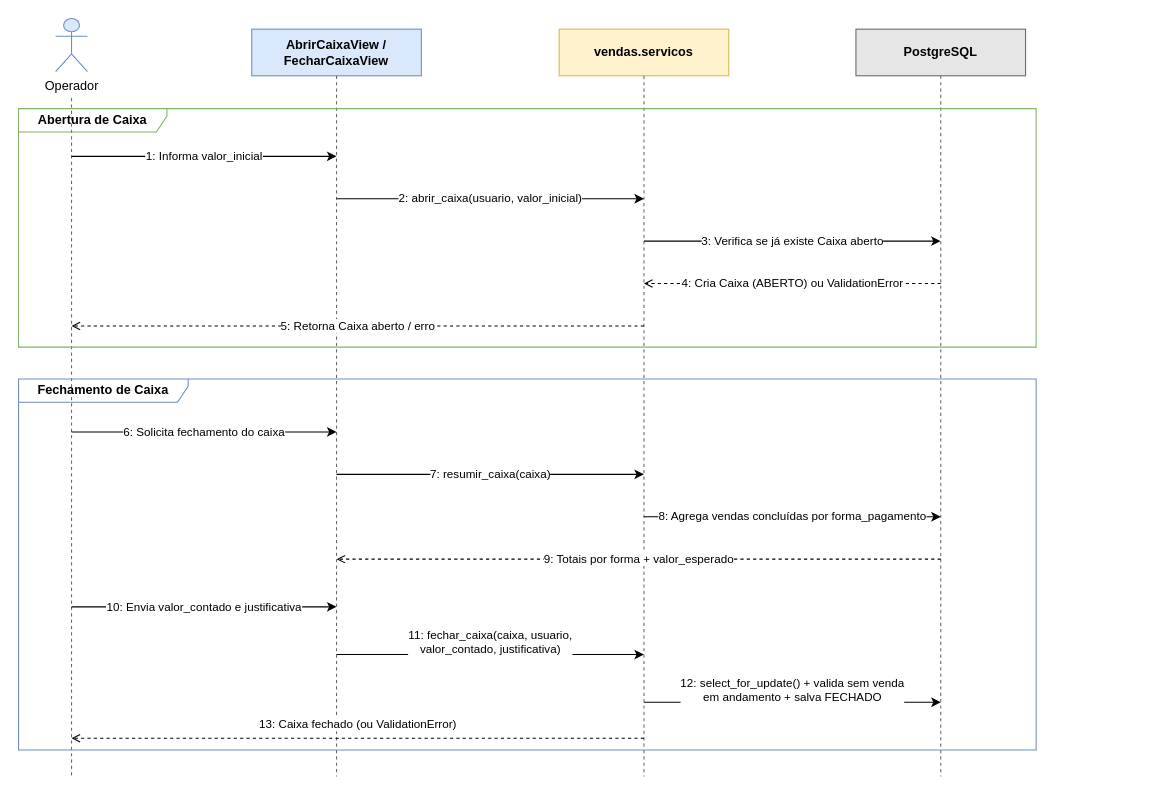
Above: docs/diagramas/sequencia_caixa.drawio in PedroGasparetto/sistema-dacomp (draw.io), before the change. Source tidied: cells renumbered, new cells numbered last; positions are measured from the earlier drawing's top-left corner, leaving out a move shared by most shapes. Both pictures are drawn from the tidied source at 106%, with x=0, y=0 at pixel (18, 18).
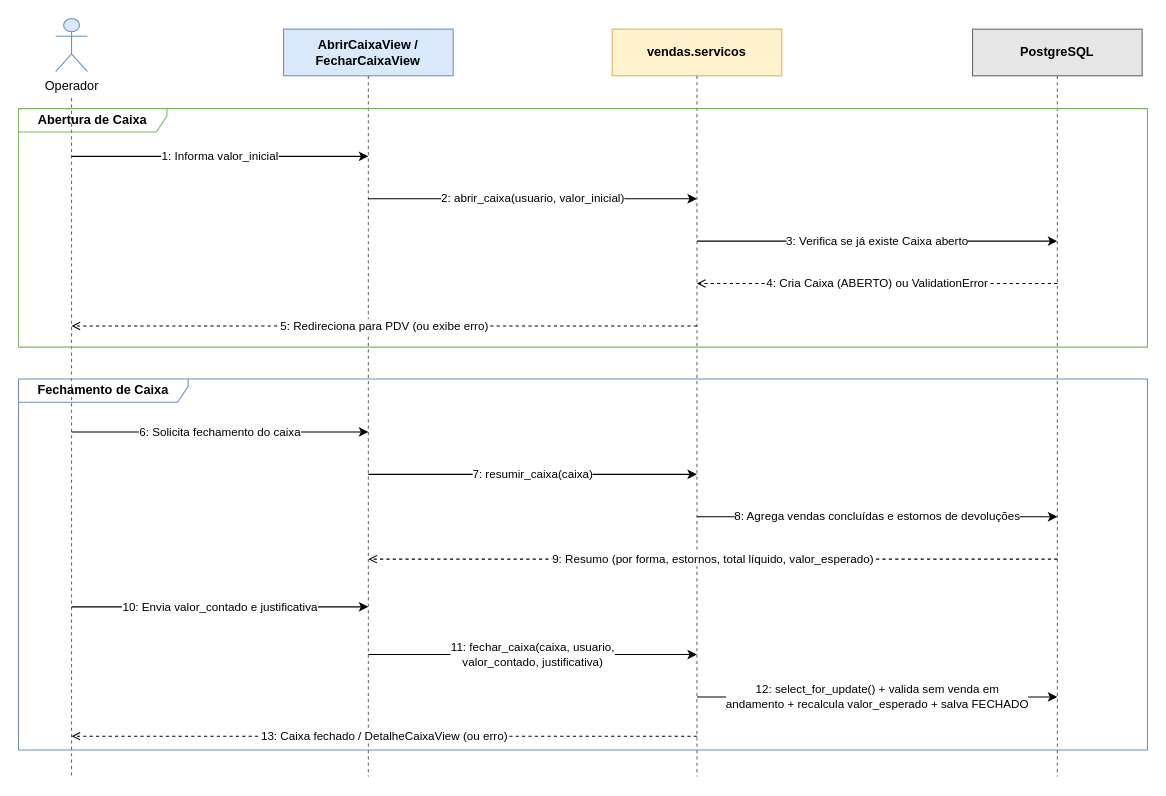
The same diagram, later.

Change to the diagram source:
```diff
@@
     <mxCell id="3" value="AbrirCaixaView /&#10;FecharCaixaView" style="rounded=0;whiteSpace=wrap;html=1;fillColor=#dae8fc;strokeColor=#6c8ebf;fontStyle=1;" parent="1" vertex="1">
-      <mxGeometry x="220" y="10" width="160" height="44" as="geometry" />
+      <mxGeometry x="250" y="10" width="160" height="44" as="geometry" />
     </mxCell>
     <mxCell id="4" value="vendas.servicos" style="rounded=0;whiteSpace=wrap;html=1;fillColor=#fff2cc;strokeColor=#d6b656;fontStyle=1;" parent="1" vertex="1">
-      <mxGeometry x="510" y="10" width="160" height="44" as="geometry" />
+      <mxGeometry x="560" y="10" width="160" height="44" as="geometry" />
     </mxCell>
     <mxCell id="5" value="PostgreSQL" style="rounded=0;whiteSpace=wrap;html=1;fillColor=#e6e6e6;strokeColor=#666666;fontStyle=1;" parent="1" vertex="1">
-      <mxGeometry x="790" y="10" width="160" height="44" as="geometry" />
+      <mxGeometry x="900" y="10" width="160" height="44" as="geometry" />
     </mxCell>
@@
     <mxCell id="7" style="endArrow=none;dashed=1;html=1;strokeColor=#666666;" parent="1" edge="1">
       <mxGeometry relative="1" as="geometry">
-        <mxPoint x="300" y="54" as="sourcePoint" />
-        <mxPoint x="300" y="715" as="targetPoint" />
+        <mxPoint x="330" y="54" as="sourcePoint" />
+        <mxPoint x="330" y="715" as="targetPoint" />
       </mxGeometry>
     </mxCell>
     <mxCell id="8" style="endArrow=none;dashed=1;html=1;strokeColor=#666666;" parent="1" edge="1">
       <mxGeometry relative="1" as="geometry">
-        <mxPoint x="590" y="54" as="sourcePoint" />
-        <mxPoint x="590" y="715" as="targetPoint" />
+        <mxPoint x="640" y="54" as="sourcePoint" />
+        <mxPoint x="640" y="715" as="targetPoint" />
       </mxGeometry>
     </mxCell>
     <mxCell id="9" style="endArrow=none;dashed=1;html=1;strokeColor=#666666;" parent="1" edge="1">
       <mxGeometry relative="1" as="geometry">
-        <mxPoint x="870" y="54" as="sourcePoint" />
-        <mxPoint x="870" y="715" as="targetPoint" />
+        <mxPoint x="980" y="54" as="sourcePoint" />
+        <mxPoint x="980" y="715" as="targetPoint" />
       </mxGeometry>
     </mxCell>
     <mxCell id="10" value="Abertura de Caixa" style="shape=umlFrame;whiteSpace=wrap;html=1;width=140;height=22;fillColor=none;strokeColor=#82b366;fontStyle=1;" parent="1" vertex="1">
-      <mxGeometry y="85" width="960" height="225" as="geometry" />
+      <mxGeometry y="85" width="1065" height="225" as="geometry" />
     </mxCell>
     <mxCell id="11" value="1: Informa valor_inicial" style="endArrow=classic;html=1;labelBackgroundColor=#ffffff;" parent="1" edge="1">
       <mxGeometry relative="1" as="geometry">
         <mxPoint x="50" y="130" as="sourcePoint" />
-        <mxPoint x="300" y="130" as="targetPoint" />
+        <mxPoint x="330" y="130" as="targetPoint" />
       </mxGeometry>
     </mxCell>
     <mxCell id="12" value="2: abrir_caixa(usuario, valor_inicial)" style="endArrow=classic;html=1;labelBackgroundColor=#ffffff;" parent="1" edge="1">
       <mxGeometry relative="1" as="geometry">
-        <mxPoint x="300" y="170" as="sourcePoint" />
-        <mxPoint x="590" y="170" as="targetPoint" />
+        <mxPoint x="330" y="170" as="sourcePoint" />
+        <mxPoint x="640" y="170" as="targetPoint" />
       </mxGeometry>
     </mxCell>
     <mxCell id="13" value="3: Verifica se já existe Caixa aberto" style="endArrow=classic;html=1;labelBackgroundColor=#ffffff;" parent="1" edge="1">
       <mxGeometry relative="1" as="geometry">
-        <mxPoint x="590" y="210" as="sourcePoint" />
-        <mxPoint x="870" y="210" as="targetPoint" />
+        <mxPoint x="640" y="210" as="sourcePoint" />
+        <mxPoint x="980" y="210" as="targetPoint" />
       </mxGeometry>
     </mxCell>
     <mxCell id="14" value="4: Cria Caixa (ABERTO) ou ValidationError" style="dashed=1;endArrow=open;endFill=0;html=1;labelBackgroundColor=#ffffff;" parent="1" edge="1">
       <mxGeometry relative="1" as="geometry">
-        <mxPoint x="870" y="250" as="sourcePoint" />
-        <mxPoint x="590" y="250" as="targetPoint" />
+        <mxPoint x="980" y="250" as="sourcePoint" />
+        <mxPoint x="640" y="250" as="targetPoint" />
       </mxGeometry>
     </mxCell>
-    <mxCell id="15" value="5: Retorna Caixa aberto / erro" style="dashed=1;endArrow=open;endFill=0;html=1;labelBackgroundColor=#ffffff;" parent="1" edge="1">
+    <mxCell id="15" value="5: Redireciona para PDV (ou exibe erro)" style="dashed=1;endArrow=open;endFill=0;html=1;labelBackgroundColor=#ffffff;" parent="1" edge="1">
       <mxGeometry relative="1" as="geometry">
-        <mxPoint x="590" y="290" as="sourcePoint" />
+        <mxPoint x="640" y="290" as="sourcePoint" />
         <mxPoint x="50" y="290" as="targetPoint" />
       </mxGeometry>
     </mxCell>
     <mxCell id="16" value="Fechamento de Caixa" style="shape=umlFrame;whiteSpace=wrap;html=1;width=160;height=22;fillColor=none;strokeColor=#6c8ebf;fontStyle=1;" parent="1" vertex="1">
-      <mxGeometry y="340" width="960" height="350" as="geometry" />
+      <mxGeometry y="340" width="1065" height="350" as="geometry" />
     </mxCell>
     <mxCell id="17" value="6: Solicita fechamento do caixa" style="endArrow=classic;html=1;labelBackgroundColor=#ffffff;" parent="1" edge="1">
       <mxGeometry relative="1" as="geometry">
         <mxPoint x="50" y="390" as="sourcePoint" />
-        <mxPoint x="300" y="390" as="targetPoint" />
+        <mxPoint x="330" y="390" as="targetPoint" />
       </mxGeometry>
     </mxCell>
     <mxCell id="18" value="7: resumir_caixa(caixa)" style="endArrow=classic;html=1;labelBackgroundColor=#ffffff;" parent="1" edge="1">
       <mxGeometry relative="1" as="geometry">
-        <mxPoint x="300" y="430" as="sourcePoint" />
-        <mxPoint x="590" y="430" as="targetPoint" />
+        <mxPoint x="330" y="430" as="sourcePoint" />
+        <mxPoint x="640" y="430" as="targetPoint" />
       </mxGeometry>
     </mxCell>
-    <mxCell id="19" value="8: Agrega vendas concluídas por forma_pagamento" style="endArrow=classic;html=1;labelBackgroundColor=#ffffff;" parent="1" edge="1">
+    <mxCell id="19" value="8: Agrega vendas concluídas e estornos de devoluções" style="endArrow=classic;html=1;labelBackgroundColor=#ffffff;" parent="1" edge="1">
       <mxGeometry relative="1" as="geometry">
-        <mxPoint x="590" y="470" as="sourcePoint" />
-        <mxPoint x="870" y="470" as="targetPoint" />
+        <mxPoint x="640" y="470" as="sourcePoint" />
+        <mxPoint x="980" y="470" as="targetPoint" />
       </mxGeometry>
     </mxCell>
-    <mxCell id="20" value="9: Totais por forma + valor_esperado" style="dashed=1;endArrow=open;endFill=0;html=1;labelBackgroundColor=#ffffff;" parent="1" edge="1">
+    <mxCell id="20" value="9: Resumo (por forma, estornos, total líquido, valor_esperado)" style="dashed=1;endArrow=open;endFill=0;html=1;labelBackgroundColor=#ffffff;" parent="1" edge="1">
       <mxGeometry relative="1" as="geometry">
-        <mxPoint x="870" y="510" as="sourcePoint" />
-        <mxPoint x="300" y="510" as="targetPoint" />
+        <mxPoint x="980" y="510" as="sourcePoint" />
+        <mxPoint x="330" y="510" as="targetPoint" />
       </mxGeometry>
     </mxCell>
     <mxCell id="21" value="10: Envia valor_contado e justificativa" style="endArrow=classic;html=1;labelBackgroundColor=#ffffff;" parent="1" edge="1">
       <mxGeometry relative="1" as="geometry">
         <mxPoint x="50" y="555" as="sourcePoint" />
-        <mxPoint x="300" y="555" as="targetPoint" />
+        <mxPoint x="330" y="555" as="targetPoint" />
       </mxGeometry>
     </mxCell>
-    <mxCell id="22" value="11: fechar_caixa(caixa, usuario,&#10;valor_contado, justificativa)" style="endArrow=classic;html=1;verticalAlign=bottom;labelPosition=center;verticalLabelPosition=top;labelBackgroundColor=#ffffff;" parent="1" edge="1">
-      <mxGeometry y="-4" relative="1" as="geometry">
-        <mxPoint x="300" y="600" as="sourcePoint" />
-        <mxPoint x="590" y="600" as="targetPoint" />
+    <mxCell id="22" value="11: fechar_caixa(caixa, usuario,&#10;valor_contado, justificativa)" style="endArrow=classic;html=1;labelBackgroundColor=#ffffff;" parent="1" edge="1">
+      <mxGeometry relative="1" as="geometry">
+        <mxPoint x="330" y="600" as="sourcePoint" />
+        <mxPoint x="640" y="600" as="targetPoint" />
       </mxGeometry>
     </mxCell>
-    <mxCell id="23" value="12: select_for_update() + valida sem venda&#10;em andamento + salva FECHADO" style="endArrow=classic;html=1;verticalAlign=bottom;labelPosition=center;verticalLabelPosition=top;labelBackgroundColor=#ffffff;" parent="1" edge="1">
-      <mxGeometry y="-4" relative="1" as="geometry">
-        <mxPoint x="590" y="645" as="sourcePoint" />
-        <mxPoint x="870" y="645" as="targetPoint" />
+    <mxCell id="23" value="12: select_for_update() + valida sem venda em&#10;andamento + recalcula valor_esperado + salva FECHADO" style="endArrow=classic;html=1;labelBackgroundColor=#ffffff;" parent="1" edge="1">
+      <mxGeometry relative="1" as="geometry">
+        <mxPoint x="640" y="640" as="sourcePoint" />
+        <mxPoint x="980" y="640" as="targetPoint" />
       </mxGeometry>
     </mxCell>
-    <mxCell id="24" value="13: Caixa fechado (ou ValidationError)" style="dashed=1;endArrow=open;endFill=0;html=1;verticalAlign=bottom;labelPosition=center;verticalLabelPosition=top;labelBackgroundColor=#ffffff;" parent="1" edge="1">
-      <mxGeometry y="-4" relative="1" as="geometry">
-        <mxPoint x="590" y="679" as="sourcePoint" />
-        <mxPoint x="50" y="679" as="targetPoint" />
+    <mxCell id="24" value="13: Caixa fechado / DetalheCaixaView (ou erro)" style="dashed=1;endArrow=open;endFill=0;html=1;labelBackgroundColor=#ffffff;" parent="1" edge="1">
+      <mxGeometry relative="1" as="geometry">
+        <mxPoint x="640" y="677" as="sourcePoint" />
+        <mxPoint x="50" y="677" as="targetPoint" />
       </mxGeometry>
     </mxCell>
```
